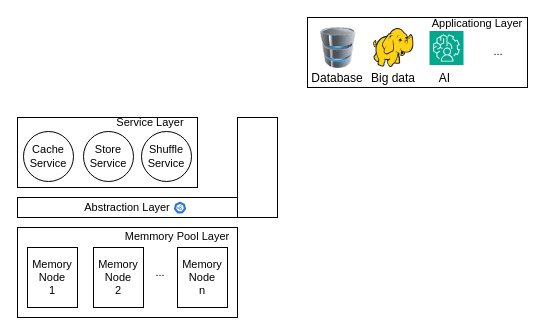
This is 3m_paper/overall.drawio from linqinluli/picture_draw, a draw.io file, before an edit. Source tidied: cells renumbered, new cells numbered last; positions are measured from the earlier drawing's top-left corner, leaving out a move shared by most shapes. Both pictures are drawn from the tidied source at 100%, with x=0, y=0 at pixel (17, 17). Pictures stored in the file or linked from it are replaced by grey dashed boxes.
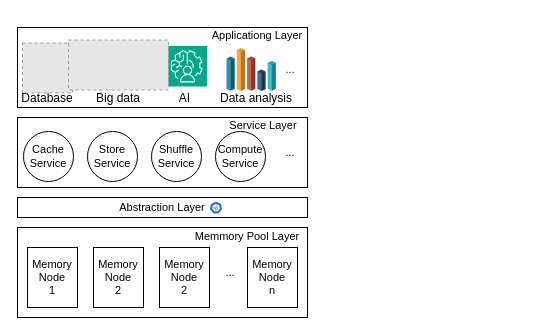
Above is the later version.

What changed in the source:
```diff
@@
     <mxCell id="2" style="rounded=0;whiteSpace=wrap;html=1;fontSize=11;" parent="1" vertex="1">
-      <mxGeometry y="210" width="220" height="90" as="geometry" />
+      <mxGeometry y="210" width="290" height="90" as="geometry" />
     </mxCell>
@@
     <mxCell id="5" value="Memory&lt;br style=&quot;font-size: 11px;&quot;&gt;Node&lt;br style=&quot;font-size: 11px;&quot;&gt;n" style="rounded=0;whiteSpace=wrap;html=1;fontSize=11;" parent="1" vertex="1">
-      <mxGeometry x="160" y="230" width="50" height="60" as="geometry" />
+      <mxGeometry x="230" y="230" width="50" height="60" as="geometry" />
     </mxCell>
     <mxCell id="6" value="Memmory Pool Layer" style="text;html=1;align=center;verticalAlign=middle;whiteSpace=wrap;rounded=0;fontSize=11;" parent="1" vertex="1">
-      <mxGeometry x="100" y="214" width="120" height="10" as="geometry" />
+      <mxGeometry x="170" y="214" width="120" height="10" as="geometry" />
     </mxCell>
-    <mxCell id="7" value="&lt;span style=&quot;font-size: 11px;&quot;&gt;...&lt;/span&gt;" style="text;html=1;align=center;verticalAlign=middle;whiteSpace=wrap;rounded=0;fontSize=11;" parent="1" vertex="1">
-      <mxGeometry x="126" y="240" width="34" height="30" as="geometry" />
-    </mxCell>
     <mxCell id="8" value="Abstraction Layer" style="rounded=0;whiteSpace=wrap;html=1;fontSize=11;" parent="1" vertex="1">
-      <mxGeometry y="180" width="220" height="20" as="geometry" />
+      <mxGeometry y="180" width="290" height="20" as="geometry" />
     </mxCell>
     <mxCell id="9" style="rounded=0;whiteSpace=wrap;html=1;fontSize=11;" parent="1" vertex="1">
-      <mxGeometry y="100" width="180" height="70" as="geometry" />
+      <mxGeometry y="100" width="290" height="70" as="geometry" />
     </mxCell>
     <mxCell id="10" value="Service Layer" style="text;html=1;align=center;verticalAlign=middle;whiteSpace=wrap;rounded=0;fontSize=11;" parent="1" vertex="1">
-      <mxGeometry x="92" y="100" width="82" height="10" as="geometry" />
+      <mxGeometry x="205" y="103" width="82" height="10" as="geometry" />
     </mxCell>
@@
     <mxCell id="12" value="Store&lt;br style=&quot;font-size: 11px;&quot;&gt;Service" style="ellipse;whiteSpace=wrap;html=1;fontSize=11;" parent="1" vertex="1">
-      <mxGeometry x="66" y="114" width="50" height="50" as="geometry" />
+      <mxGeometry x="70" y="114" width="50" height="50" as="geometry" />
     </mxCell>
-    <mxCell id="13" value="Shuffle&lt;br style=&quot;font-size: 11px;&quot;&gt;Service" style="ellipse;whiteSpace=wrap;html=1;fontSize=11;" parent="1" vertex="1">
-      <mxGeometry x="124" y="114" width="50" height="50" as="geometry" />
-    </mxCell>
     <mxCell id="14" style="rounded=0;whiteSpace=wrap;html=1;fontSize=11;" parent="1" vertex="1">
-      <mxGeometry x="290" width="220" height="70" as="geometry" />
+      <mxGeometry y="10" width="290" height="80" as="geometry" />
     </mxCell>
     <mxCell id="15" style="sketch=0;html=1;dashed=0;whitespace=wrap;fillColor=#2875E2;strokeColor=#ffffff;shape=mxgraph.kubernetes.icon2;prIcon=api;" parent="1" vertex="1">
-      <mxGeometry x="156" y="183.8" width="13" height="12.5" as="geometry" />
+      <mxGeometry x="192" y="183.8" width="13" height="12.5" as="geometry" />
     </mxCell>
-    <mxCell id="16" style="image;html=1;image=img/lib/clip_art/computers/Database_128x128.png;" parent="1" vertex="1">
-      <mxGeometry x="290.5" y="10" width="61" height="41" as="geometry" />
-    </mxCell>
     <mxCell id="17" style="sketch=0;fontColor=#232F3E;fillColor=#01A88D;strokeColor=#ffffff;dashed=0;verticalLabelPosition=bottom;verticalAlign=top;align=center;html=1;fontSize=12;fontStyle=0;shape=mxgraph.aws4.resourceIcon;resIcon=mxgraph.aws4.augmented_ai;" parent="1" vertex="1">
-      <mxGeometry x="412" y="13.5" width="34" height="34" as="geometry" />
+      <mxGeometry x="149" y="28.5" width="40.5" height="40.5" as="geometry" />
     </mxCell>
     <mxCell id="18" value="Database" style="text;html=1;align=center;verticalAlign=middle;whiteSpace=wrap;rounded=0;" parent="1" vertex="1">
-      <mxGeometry x="290" y="46" width="60" height="30" as="geometry" />
+      <mxGeometry y="66" width="60" height="30" as="geometry" />
     </mxCell>
     <mxCell id="19" value="AI&amp;nbsp;" style="text;html=1;align=center;verticalAlign=middle;whiteSpace=wrap;rounded=0;" parent="1" vertex="1">
-      <mxGeometry x="421" y="49" width="16" height="24" as="geometry" />
+      <mxGeometry x="161.2" y="69" width="16" height="24" as="geometry" />
     </mxCell>
-    <mxCell id="20" style="image;sketch=0;html=1;align=center;fontSize=12;image=img/lib/mscae/HDInsight.svg;" parent="1" vertex="1">
-      <mxGeometry x="356" y="11" width="40.6" height="39" as="geometry" />
-    </mxCell>
     <mxCell id="21" value="Big data" style="text;html=1;align=center;verticalAlign=middle;whiteSpace=wrap;rounded=0;" parent="1" vertex="1">
-      <mxGeometry x="346" y="46" width="60" height="30" as="geometry" />
+      <mxGeometry x="71" y="66" width="60" height="30" as="geometry" />
     </mxCell>
     <mxCell id="22" value="&lt;span style=&quot;font-size: 11px;&quot;&gt;...&lt;/span&gt;" style="text;html=1;align=center;verticalAlign=middle;whiteSpace=wrap;rounded=0;fontSize=11;" parent="1" vertex="1">
-      <mxGeometry x="464" y="19" width="34" height="30" as="geometry" />
+      <mxGeometry x="255.5" y="37" width="34" height="30" as="geometry" />
     </mxCell>
     <mxCell id="23" value="Applicationg Layer" style="text;html=1;align=center;verticalAlign=middle;whiteSpace=wrap;rounded=0;fontSize=11;" parent="1" vertex="1">
-      <mxGeometry x="410" y="1" width="100" height="10" as="geometry" />
+      <mxGeometry x="189.5" y="12.5" width="100" height="10" as="geometry" />
     </mxCell>
-    <mxCell id="24" style="rounded=0;whiteSpace=wrap;html=1;" parent="1" vertex="1">
-      <mxGeometry x="220" y="100" width="40" height="100" as="geometry" />
-    </mxCell>
+    <mxCell id="25" style="fillColor=#E6E6E6;strokeColor=#999999;dashed=1;verticalLabelPosition=bottom;labelBackgroundColor=default;verticalAlign=top;fontSize=16;" parent="1" vertex="1">
+      <mxGeometry x="5" y="25.5" width="50" height="50" as="geometry" />
+    </mxCell>
+    <mxCell id="26" style="fillColor=#E6E6E6;strokeColor=#999999;dashed=1;verticalLabelPosition=bottom;labelBackgroundColor=default;verticalAlign=top;fontSize=16;" parent="1" vertex="1">
+      <mxGeometry x="51" y="22.5" width="100" height="50" as="geometry" />
+    </mxCell>
+    <mxCell id="27" value="&lt;span style=&quot;font-size: 11px;&quot;&gt;...&lt;/span&gt;" style="text;html=1;align=center;verticalAlign=middle;whiteSpace=wrap;rounded=0;fontSize=11;" parent="1" vertex="1">
+      <mxGeometry x="255.5" y="120" width="34" height="30" as="geometry" />
+    </mxCell>
+    <mxCell id="28" value="Memory&lt;br style=&quot;border-color: var(--border-color); font-size: 11px;&quot;&gt;Node&lt;br style=&quot;border-color: var(--border-color); font-size: 11px;&quot;&gt;2" style="rounded=0;whiteSpace=wrap;html=1;fontSize=11;" parent="1" vertex="1">
+      <mxGeometry x="142" y="230" width="50" height="60" as="geometry" />
+    </mxCell>
+    <mxCell id="29" value="&lt;span style=&quot;font-size: 11px;&quot;&gt;...&lt;/span&gt;" style="text;html=1;align=center;verticalAlign=middle;whiteSpace=wrap;rounded=0;fontSize=11;" parent="1" vertex="1">
+      <mxGeometry x="196" y="240" width="34" height="30" as="geometry" />
+    </mxCell>
+    <mxCell id="13" value="Shuffle&lt;br style=&quot;font-size: 11px;&quot;&gt;Service" style="ellipse;whiteSpace=wrap;html=1;fontSize=11;" parent="1" vertex="1">
+      <mxGeometry x="134" y="114" width="50" height="50" as="geometry" />
+    </mxCell>
+    <mxCell id="30" value="Compute&lt;br style=&quot;font-size: 11px;&quot;&gt;Service" style="ellipse;whiteSpace=wrap;html=1;fontSize=11;" parent="1" vertex="1">
+      <mxGeometry x="198" y="114" width="50" height="50" as="geometry" />
+    </mxCell>
+    <mxCell id="31" style="group;" parent="1" vertex="1">
+      <mxGeometry x="209" y="30.6" width="49.5" height="42.8" as="geometry" />
+    </mxCell>
+    <mxCell id="32" style="verticalLabelPosition=bottom;verticalAlign=top;html=1;shape=mxgraph.infographic.shadedCube;isoAngle=15;fillColor=#10739E;strokeColor=none;fontStyle=1;fontColor=#10739E;fontSize=12;shadow=0;" parent="31" vertex="1">
+      <mxGeometry y="8.5" width="8.2" height="34.2" as="geometry" />
+    </mxCell>
+    <mxCell id="33" style="verticalLabelPosition=bottom;verticalAlign=top;html=1;shape=mxgraph.infographic.shadedCube;isoAngle=15;fillColor=#F2931E;strokeColor=none;fontStyle=1;fontColor=#F2931E;fontSize=12;shadow=0;" parent="31" vertex="1">
+      <mxGeometry x="10.3" width="8.2" height="42.8" as="geometry" />
+    </mxCell>
+    <mxCell id="34" style="verticalLabelPosition=bottom;verticalAlign=top;html=1;shape=mxgraph.infographic.shadedCube;isoAngle=15;fillColor=#AE4132;strokeColor=none;fontStyle=1;fontColor=#AE4132;fontSize=12;shadow=0;" parent="31" vertex="1">
+      <mxGeometry x="20.6" y="8.3" width="8.2" height="34.4" as="geometry" />
+    </mxCell>
+    <mxCell id="35" style="verticalLabelPosition=bottom;verticalAlign=top;html=1;shape=mxgraph.infographic.shadedCube;isoAngle=15;fillColor=#23445D;strokeColor=none;fontStyle=1;fontColor=#23445D;fontSize=12;shadow=0;" parent="31" vertex="1">
+      <mxGeometry x="30.9" y="21.4" width="8.2" height="21.4" as="geometry" />
+    </mxCell>
+    <mxCell id="36" style="verticalLabelPosition=bottom;verticalAlign=top;html=1;shape=mxgraph.infographic.shadedCube;isoAngle=15;fillColor=#12AAB5;strokeColor=none;fontStyle=1;fontColor=#12AAB5;fontSize=12;shadow=0;" parent="31" vertex="1">
+      <mxGeometry x="41.2" y="12.8" width="8.2" height="29.9" as="geometry" />
+    </mxCell>
+    <mxCell id="37" value="Data analysis" style="text;html=1;align=center;verticalAlign=middle;whiteSpace=wrap;rounded=0;" parent="1" vertex="1">
+      <mxGeometry x="192.8" y="69" width="91.8" height="24" as="geometry" />
+    </mxCell>
```
